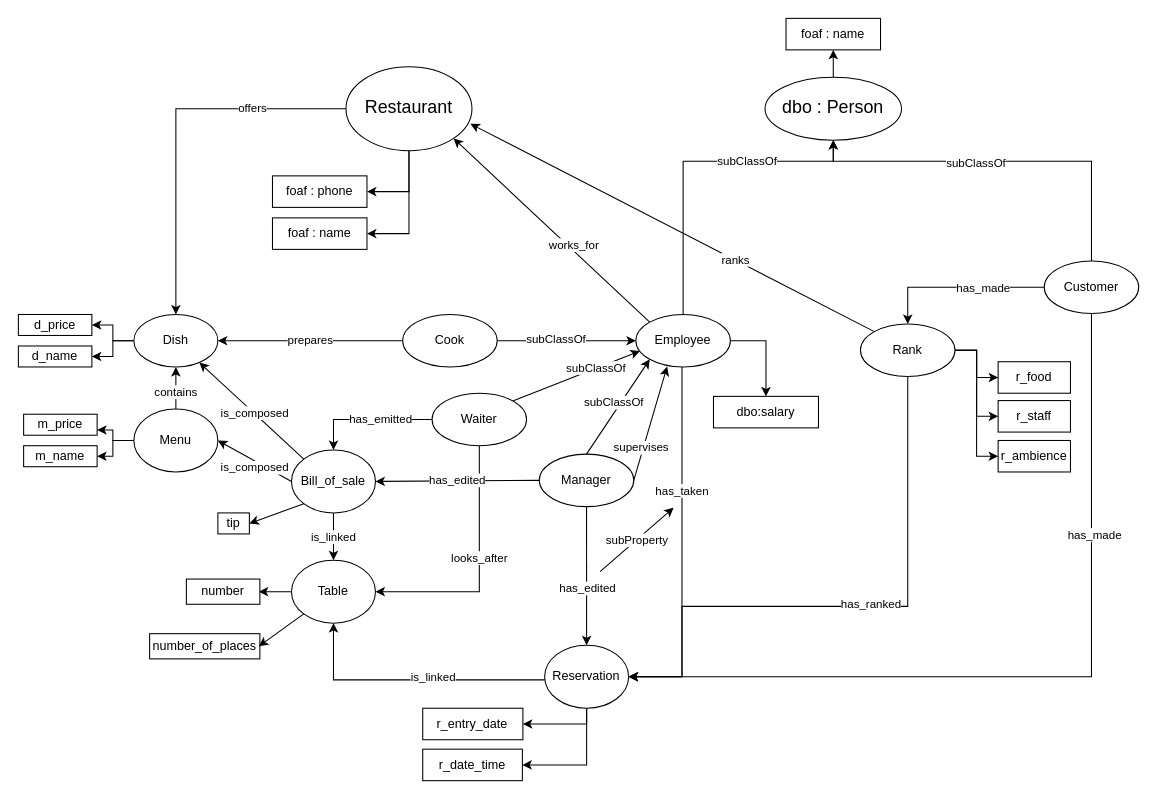
Before: schema/schema.dio in CH-KevinDubois/MAS-RAD-4-WEB-Mini-Projet, a draw.io diagram. Source tidied: cells renumbered, new cells numbered last; positions are measured from the earlier drawing's top-left corner, leaving out a move shared by most shapes. Both pictures are drawn from the tidied source at 105%, with x=0, y=0 at pixel (18, 18).
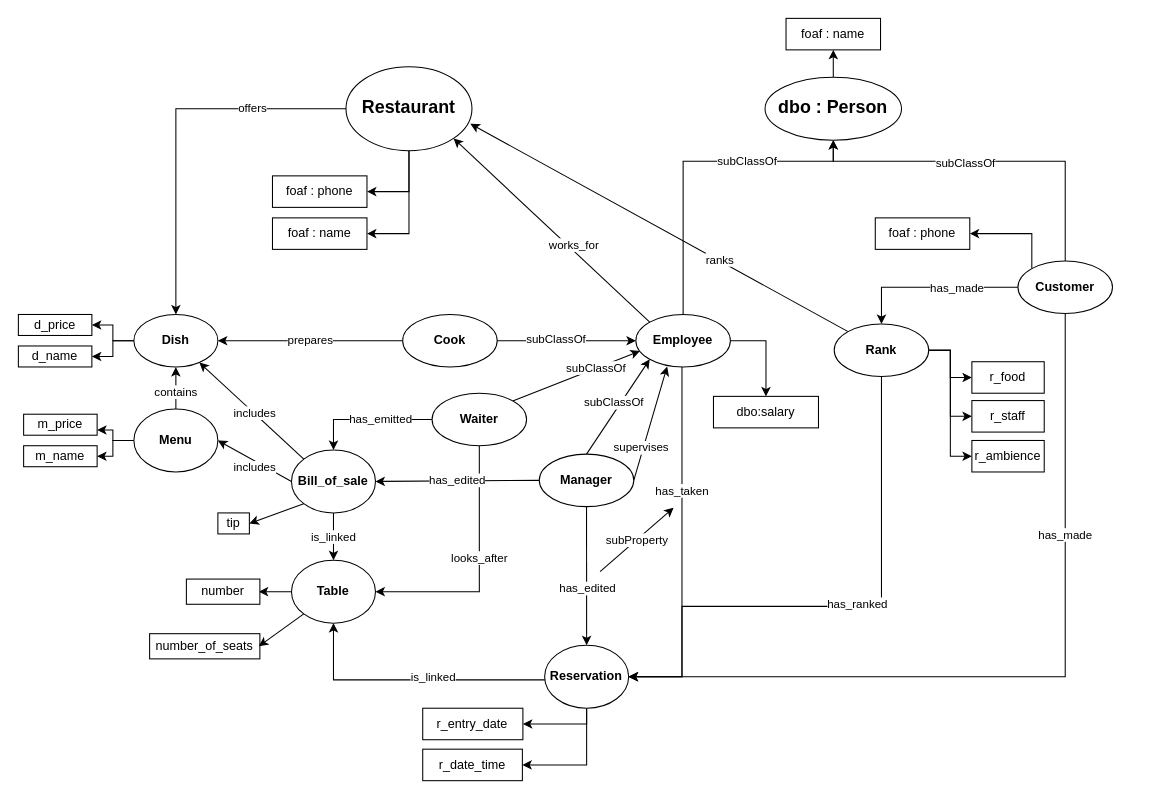
The same page after the edit.

Unchanged cells that the change refers to:
```xml
<mxCell id="47" style="endArrow=classic;html=1;exitX=0;exitY=0;exitDx=0;exitDy=0;" parent="1" edge="1" source="54" target="41">
  <mxGeometry relative="1" as="geometry" />
</mxCell>
<mxCell id="70" style="endArrow=classic;html=1;exitX=0;exitY=0.5;exitDx=0;exitDy=0;entryX=1;entryY=0.5;entryDx=0;entryDy=0;" parent="1" edge="1" source="54" target="38">
  <mxGeometry relative="1" as="geometry" />
</mxCell>
```

Diff of the diagram source:
```diff
@@
-    <mxCell id="5" value="&lt;font style=&quot;font-size: 17px&quot;&gt;Restaurant&lt;/font&gt;" style="ellipse;whiteSpace=wrap;html=1;" parent="1" vertex="1">
+    <mxCell id="5" value="&lt;font style=&quot;font-size: 17px&quot;&gt;Restaurant&lt;/font&gt;" style="ellipse;whiteSpace=wrap;html=1;fontStyle=1;" parent="1" vertex="1">
       <mxGeometry x="312" y="46" width="120" height="80" as="geometry" />
     </mxCell>
@@
-    <mxCell id="7" value="&lt;font style=&quot;font-size: 17px&quot;&gt;dbo : Person&lt;/font&gt;" style="ellipse;whiteSpace=wrap;html=1;" parent="1" vertex="1">
+    <mxCell id="7" value="&lt;font style=&quot;font-size: 17px&quot;&gt;dbo : Person&lt;/font&gt;" style="ellipse;whiteSpace=wrap;html=1;fontStyle=1;" parent="1" vertex="1">
       <mxGeometry x="711.1" y="56" width="130" height="60" as="geometry" />
     </mxCell>
@@
-    <mxCell id="11" value="Employee" style="ellipse;whiteSpace=wrap;html=1;" parent="1" vertex="1">
+    <mxCell id="11" value="Employee" style="ellipse;whiteSpace=wrap;html=1;fontStyle=1;" parent="1" vertex="1">
       <mxGeometry x="588.1" y="282" width="90" height="50" as="geometry" />
     </mxCell>
     <mxCell id="12" style="edgeStyle=orthogonalEdgeStyle;rounded=0;jettySize=auto;html=1;entryX=0.5;entryY=1;entryDx=0;entryDy=0;" parent="1" edge="1" source="18" target="7">
       <mxGeometry relative="1" as="geometry">
         <Array as="points">
-          <mxPoint x="1022" y="256" />
-          <mxPoint x="1022" y="136" />
+          <mxPoint x="997" y="136" />
           <mxPoint x="776" y="136" />
         </Array>
       </mxGeometry>
     </mxCell>
@@
     <mxCell id="14" style="edgeStyle=orthogonalEdgeStyle;rounded=0;jettySize=auto;html=1;entryX=1;entryY=0.5;entryDx=0;entryDy=0;" parent="1" edge="1" source="18" target="32">
       <mxGeometry relative="1" as="geometry">
         <Array as="points">
-          <mxPoint x="1022" y="627" />
+          <mxPoint x="997" y="627" />
         </Array>
       </mxGeometry>
     </mxCell>
     <mxCell id="15" value="has_made" style="edgeLabel;html=1;align=center;verticalAlign=middle;" parent="14" vertex="1">
       <mxGeometry x="0.16" relative="1" as="geometry">
-        <mxPoint x="112.8" y="-136" as="offset" />
+        <mxPoint x="95.4" y="-136" as="offset" />
       </mxGeometry>
     </mxCell>
@@
+    <mxCell id="85" style="edgeStyle=orthogonalEdgeStyle;rounded=0;jettySize=auto;html=1;entryX=1;entryY=0.5;entryDx=0;entryDy=0;exitX=0;exitY=0;exitDx=0;exitDy=0;" parent="1" edge="1" source="18" target="86">
+      <mxGeometry relative="1" as="geometry">
+        <Array as="points">
+          <mxPoint x="965" y="205" />
+        </Array>
+      </mxGeometry>
+    </mxCell>
-    <mxCell id="18" value="Customer" style="ellipse;whiteSpace=wrap;html=1;" parent="1" vertex="1">
-      <mxGeometry x="977" y="231" width="90" height="50" as="geometry" />
+    <mxCell id="18" value="Customer" style="ellipse;whiteSpace=wrap;html=1;fontStyle=1;" parent="1" vertex="1">
+      <mxGeometry x="952" y="231" width="90" height="50" as="geometry" />
     </mxCell>
@@
-    <mxCell id="21" value="Waiter" style="ellipse;whiteSpace=wrap;html=1;" parent="1" vertex="1">
+    <mxCell id="21" value="Waiter" style="ellipse;whiteSpace=wrap;html=1;fontStyle=1;" parent="1" vertex="1">
       <mxGeometry x="394" y="357" width="90" height="50" as="geometry" />
     </mxCell>
-    <mxCell id="22" value="Manager" style="ellipse;whiteSpace=wrap;html=1;" parent="1" vertex="1">
+    <mxCell id="22" value="Manager" style="ellipse;whiteSpace=wrap;html=1;fontStyle=1;" parent="1" vertex="1">
       <mxGeometry x="496.1" y="415" width="90" height="50" as="geometry" />
     </mxCell>
@@
-    <mxCell id="25" value="Cook" style="ellipse;whiteSpace=wrap;html=1;" parent="1" vertex="1">
+    <mxCell id="25" value="Cook" style="ellipse;whiteSpace=wrap;html=1;fontStyle=1;" parent="1" vertex="1">
       <mxGeometry x="366" y="282" width="90" height="50" as="geometry" />
     </mxCell>
@@
-    <mxCell id="27" value="&lt;font style=&quot;font-size: 12px&quot;&gt;Table&lt;/font&gt;" style="ellipse;whiteSpace=wrap;html=1;" parent="1" vertex="1">
+    <mxCell id="27" value="&lt;font style=&quot;font-size: 12px&quot;&gt;Table&lt;/font&gt;" style="ellipse;whiteSpace=wrap;html=1;fontStyle=1;" parent="1" vertex="1">
       <mxGeometry x="260.1" y="516" width="80" height="60" as="geometry" />
     </mxCell>
@@
-    <mxCell id="32" value="&lt;font style=&quot;font-size: 12px&quot;&gt;Reservation&lt;/font&gt;" style="ellipse;whiteSpace=wrap;html=1;" parent="1" vertex="1">
+    <mxCell id="32" value="&lt;font style=&quot;font-size: 12px&quot;&gt;Reservation&lt;/font&gt;" style="ellipse;whiteSpace=wrap;html=1;fontStyle=1;" parent="1" vertex="1">
       <mxGeometry x="501.2" y="597" width="80" height="60" as="geometry" />
     </mxCell>
@@
-    <mxCell id="38" value="&lt;font style=&quot;font-size: 12px&quot;&gt;Menu&lt;/font&gt;" style="ellipse;whiteSpace=wrap;html=1;" parent="1" vertex="1">
+    <mxCell id="38" value="&lt;font style=&quot;font-size: 12px&quot;&gt;Menu&lt;/font&gt;" style="ellipse;whiteSpace=wrap;html=1;fontStyle=1;" parent="1" vertex="1">
       <mxGeometry x="110" y="372" width="80" height="60" as="geometry" />
     </mxCell>
@@
-    <mxCell id="41" value="&lt;font style=&quot;font-size: 12px&quot;&gt;Dish&lt;/font&gt;" style="ellipse;whiteSpace=wrap;html=1;" parent="1" vertex="1">
+    <mxCell id="41" value="&lt;font style=&quot;font-size: 12px&quot;&gt;Dish&lt;/font&gt;" style="ellipse;whiteSpace=wrap;html=1;fontStyle=1;" parent="1" vertex="1">
       <mxGeometry x="110" y="282" width="80" height="50" as="geometry" />
     </mxCell>
@@
-    <mxCell id="48" value="is_composed" style="edgeLabel;html=1;align=center;verticalAlign=middle;" parent="47" vertex="1">
+    <mxCell id="48" value="includes" style="edgeLabel;html=1;align=center;verticalAlign=middle;" parent="47" vertex="1">
       <mxGeometry x="-0.19" y="-1" relative="1" as="geometry">
         <mxPoint x="-7.5" y="-5.8" as="offset" />
       </mxGeometry>
     </mxCell>
@@
-    <mxCell id="54" value="&lt;font style=&quot;font-size: 12px&quot;&gt;Bill_of_sale&lt;/font&gt;" style="ellipse;whiteSpace=wrap;html=1;" parent="1" vertex="1">
+    <mxCell id="54" value="&lt;font style=&quot;font-size: 12px&quot;&gt;Bill_of_sale&lt;/font&gt;" style="ellipse;whiteSpace=wrap;html=1;fontStyle=1;" parent="1" vertex="1">
       <mxGeometry x="260.1" y="411" width="80" height="60" as="geometry" />
     </mxCell>
@@
-    <mxCell id="65" value="number_of_places" style="rounded=0;whiteSpace=wrap;html=1;" parent="1" vertex="1">
+    <mxCell id="65" value="number_of_seats" style="rounded=0;whiteSpace=wrap;html=1;" parent="1" vertex="1">
       <mxGeometry x="125" y="586" width="105" height="24" as="geometry" />
     </mxCell>
@@
-    <mxCell id="71" value="is_composed" style="edgeLabel;html=1;align=center;verticalAlign=middle;" parent="70" vertex="1">
+    <mxCell id="71" value="includes" style="edgeLabel;html=1;align=center;verticalAlign=middle;" parent="70" vertex="1">
       <mxGeometry x="-0.19" y="-1" relative="1" as="geometry">
         <mxPoint x="-8.5" y="2.9" as="offset" />
       </mxGeometry>
     </mxCell>
@@
     <mxCell id="76" style="edgeStyle=orthogonalEdgeStyle;jettySize=auto;html=1;exitX=0.5;exitY=1;exitDx=0;exitDy=0;rounded=0;" parent="1" edge="1" source="81">
       <mxGeometry relative="1" as="geometry">
         <mxPoint x="581" y="627" as="targetPoint" />
         <Array as="points">
-          <mxPoint x="847" y="560" />
+          <mxPoint x="822" y="560" />
           <mxPoint x="632" y="560" />
           <mxPoint x="632" y="627" />
         </Array>
       </mxGeometry>
     </mxCell>
@@
-    <mxCell id="81" value="Rank" style="ellipse;whiteSpace=wrap;html=1;" parent="1" vertex="1">
-      <mxGeometry x="802" y="291" width="90" height="50" as="geometry" />
+    <mxCell id="81" value="Rank" style="ellipse;whiteSpace=wrap;html=1;fontStyle=1;" parent="1" vertex="1">
+      <mxGeometry x="777" y="291" width="90" height="50" as="geometry" />
     </mxCell>
     <mxCell id="82" value="r_food" style="rounded=0;whiteSpace=wrap;html=1;" parent="1" vertex="1">
-      <mxGeometry x="933.1" y="327" width="68.9" height="30" as="geometry" />
+      <mxGeometry x="908.1" y="327" width="68.9" height="30" as="geometry" />
     </mxCell>
     <mxCell id="83" value="r_staff" style="rounded=0;whiteSpace=wrap;html=1;" parent="1" vertex="1">
-      <mxGeometry x="933.1" y="364" width="68.9" height="30" as="geometry" />
+      <mxGeometry x="908.1" y="364" width="68.9" height="30" as="geometry" />
     </mxCell>
     <mxCell id="84" value="r_ambience" style="rounded=0;whiteSpace=wrap;html=1;" parent="1" vertex="1">
-      <mxGeometry x="933.1" y="402" width="68.9" height="30" as="geometry" />
+      <mxGeometry x="908.1" y="402" width="68.9" height="30" as="geometry" />
     </mxCell>
+    <mxCell id="86" value="foaf : phone" style="rounded=0;whiteSpace=wrap;html=1;" parent="1" vertex="1">
+      <mxGeometry x="816.1" y="190" width="90" height="30" as="geometry" />
+    </mxCell>
```
